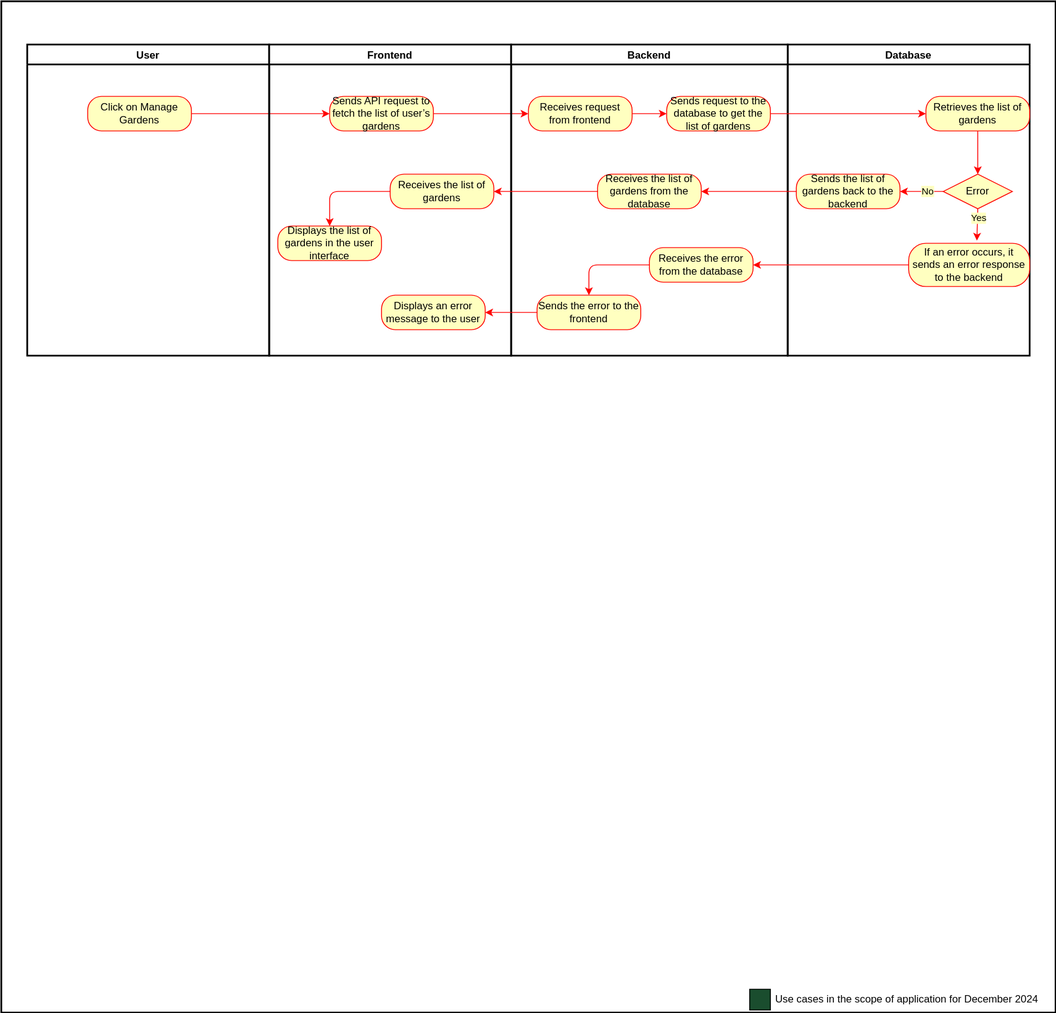
Before: docs/assets/svg/Use Case Diagrams/showGardens.drawio.svg, a diagram exported from draw.io (Green-Fingers-App/gardeningApp). Source tidied: cells renumbered, new cells last; positions are measured from the earlier drawing's top-left corner, leaving out a move shared by most shapes. Source of this version:
```xml
<mxGraphModel>
  <root>
    <mxCell id="0" />
    <mxCell id="1" parent="0" />
    <mxCell id="2" style="group;labelBackgroundColor=#006600;fillColor=#003300;fontColor=#000000;" parent="1" vertex="1">
      <mxGeometry x="130" y="100" width="760" height="760" as="geometry" />
    </mxCell>
    <mxCell id="3" style="whiteSpace=wrap;html=1;fillColor=#FFFFFF;strokeColor=#000000;strokeWidth=2;" parent="1" vertex="1">
      <mxGeometry width="1220" height="1170" as="geometry" />
    </mxCell>
    <mxCell id="4" value="&lt;font color=&quot;#000000&quot;&gt;Use cases in the scope of application for December 2024&lt;/font&gt;" style="text;html=1;strokeColor=none;fillColor=none;align=left;verticalAlign=middle;whiteSpace=wrap;rounded=0;" parent="1" vertex="1">
      <mxGeometry x="894" y="1140" width="316" height="30" as="geometry" />
    </mxCell>
    <mxCell id="5" style="rounded=0;whiteSpace=wrap;html=1;fillColor=#1A4D2E;" parent="1" vertex="1">
      <mxGeometry x="866" y="1143" width="24" height="24" as="geometry" />
    </mxCell>
    <mxCell id="6" style="edgeStyle=none;html=1;exitX=1;exitY=0.5;exitDx=0;exitDy=0;strokeColor=#FF0000;fontColor=#000000;" parent="1" edge="1" source="7" target="9">
      <mxGeometry relative="1" as="geometry" />
    </mxCell>
    <mxCell id="7" value="Click on Manage Gardens" style="rounded=1;whiteSpace=wrap;html=1;arcSize=40;fontColor=#000000;fillColor=#ffffc0;strokeColor=#ff0000;" parent="1" vertex="1">
      <mxGeometry x="100" y="110" width="120" height="40" as="geometry" />
    </mxCell>
    <mxCell id="8" style="edgeStyle=none;html=1;strokeColor=#FF0000;fontColor=#000000;" parent="1" edge="1" source="9" target="27">
      <mxGeometry relative="1" as="geometry" />
    </mxCell>
    <mxCell id="9" value="Sends API request &lt;span class=&quot;hljs-keyword&quot;&gt;to&lt;/span&gt; fetch the list &lt;span class=&quot;hljs-keyword&quot;&gt;of&lt;/span&gt; user’s gardens" style="rounded=1;whiteSpace=wrap;html=1;arcSize=40;fontColor=#000000;fillColor=#ffffc0;strokeColor=#ff0000;" parent="1" vertex="1">
      <mxGeometry x="380" y="110" width="120" height="40" as="geometry" />
    </mxCell>
    <mxCell id="10" style="group;" parent="1" vertex="1">
      <mxGeometry x="30" y="50" width="1160" height="360" as="geometry" />
    </mxCell>
    <mxCell id="11" value="Database" style="swimlane;strokeColor=#000000;strokeWidth=2;fillColor=#FFFFFF;fontColor=#000000;" parent="10" vertex="1">
      <mxGeometry x="880" width="280" height="360" as="geometry" />
    </mxCell>
    <mxCell id="12" style="edgeStyle=none;html=1;exitX=0;exitY=0.5;exitDx=0;exitDy=0;entryX=1;entryY=0.5;entryDx=0;entryDy=0;strokeColor=#FF0000;fontColor=#000000;" parent="11" edge="1" source="14" target="15">
      <mxGeometry relative="1" as="geometry" />
    </mxCell>
    <mxCell id="13" value="No" style="edgeLabel;html=1;align=center;verticalAlign=middle;fontColor=#000000;labelBackgroundColor=#ffffc0;" parent="12" vertex="1">
      <mxGeometry x="-0.23" y="-1" relative="1" as="geometry" />
    </mxCell>
    <mxCell id="14" value="Error" style="rhombus;whiteSpace=wrap;html=1;fillColor=#ffffc0;strokeColor=#ff0000;fontColor=#000000;" parent="11" vertex="1">
      <mxGeometry x="180" y="150" width="80" height="40" as="geometry" />
    </mxCell>
    <mxCell id="15" value="Sends the list &lt;span class=&quot;hljs-keyword&quot;&gt;of&lt;/span&gt; gardens back &lt;span class=&quot;hljs-keyword&quot;&gt;to&lt;/span&gt; the backend" style="rounded=1;whiteSpace=wrap;html=1;arcSize=40;fontColor=#000000;fillColor=#ffffc0;strokeColor=#ff0000;" parent="11" vertex="1">
      <mxGeometry x="10" y="150" width="120" height="40" as="geometry" />
    </mxCell>
    <mxCell id="16" value="Retrieves the list &lt;span class=&quot;hljs-keyword&quot;&gt;of&lt;/span&gt; gardens" style="rounded=1;whiteSpace=wrap;html=1;arcSize=40;fontColor=#000000;fillColor=#ffffc0;strokeColor=#ff0000;" parent="11" vertex="1">
      <mxGeometry x="160" y="60" width="120" height="40" as="geometry" />
    </mxCell>
    <mxCell id="17" style="edgeStyle=none;html=1;exitX=0.5;exitY=1;exitDx=0;exitDy=0;entryX=0.5;entryY=0;entryDx=0;entryDy=0;strokeColor=#FF0000;fontColor=#000000;" parent="11" edge="1" source="16" target="14">
      <mxGeometry relative="1" as="geometry" />
    </mxCell>
    <mxCell id="18" value="User" style="swimlane;strokeColor=#000000;strokeWidth=2;fillColor=#FFFFFF;fontColor=#000000;" parent="10" vertex="1">
      <mxGeometry width="280" height="360" as="geometry" />
    </mxCell>
    <mxCell id="19" value="Frontend" style="swimlane;strokeColor=#000000;strokeWidth=2;fillColor=#FFFFFF;fontColor=#000000;" parent="10" vertex="1">
      <mxGeometry x="280" width="280" height="360" as="geometry" />
    </mxCell>
    <mxCell id="20" style="edgeStyle=none;html=1;exitX=0;exitY=0.5;exitDx=0;exitDy=0;entryX=0.5;entryY=0;entryDx=0;entryDy=0;strokeColor=#FF0000;fontColor=#000000;" parent="19" edge="1" source="21" target="22">
      <mxGeometry relative="1" as="geometry">
        <Array as="points">
          <mxPoint x="70" y="170" />
        </Array>
      </mxGeometry>
    </mxCell>
    <mxCell id="21" value="Receives the list &lt;span class=&quot;hljs-keyword&quot;&gt;of&lt;/span&gt; gardens" style="rounded=1;whiteSpace=wrap;html=1;arcSize=40;fontColor=#000000;fillColor=#ffffc0;strokeColor=#ff0000;" parent="19" vertex="1">
      <mxGeometry x="140" y="150" width="120" height="40" as="geometry" />
    </mxCell>
    <mxCell id="22" value="Displays the list of gardens in the user interface" style="rounded=1;whiteSpace=wrap;html=1;arcSize=40;fontColor=#000000;fillColor=#ffffc0;strokeColor=#ff0000;" parent="19" vertex="1">
      <mxGeometry x="10" y="210" width="120" height="40" as="geometry" />
    </mxCell>
    <mxCell id="23" value="Backend" style="swimlane;strokeColor=#000000;strokeWidth=2;fillColor=#FFFFFF;fontColor=#000000;" parent="10" vertex="1">
      <mxGeometry x="560" width="320" height="360" as="geometry" />
    </mxCell>
    <mxCell id="24" value="Sends request &lt;span class=&quot;hljs-keyword&quot;&gt;to&lt;/span&gt; the database &lt;span class=&quot;hljs-keyword&quot;&gt;to&lt;/span&gt; &lt;span class=&quot;hljs-keyword&quot;&gt;get&lt;/span&gt; the list &lt;span class=&quot;hljs-keyword&quot;&gt;of&lt;/span&gt; gardens" style="rounded=1;whiteSpace=wrap;html=1;arcSize=40;fontColor=#000000;fillColor=#ffffc0;strokeColor=#ff0000;" parent="23" vertex="1">
      <mxGeometry x="180" y="60" width="120" height="40" as="geometry" />
    </mxCell>
    <mxCell id="25" value="Receives the list &lt;span class=&quot;hljs-keyword&quot;&gt;of&lt;/span&gt; gardens &lt;span class=&quot;hljs-keyword&quot;&gt;from&lt;/span&gt; the database" style="rounded=1;whiteSpace=wrap;html=1;arcSize=40;fontColor=#000000;fillColor=#ffffc0;strokeColor=#ff0000;" parent="23" vertex="1">
      <mxGeometry x="100" y="150" width="120" height="40" as="geometry" />
    </mxCell>
    <mxCell id="26" style="edgeStyle=none;html=1;exitX=1;exitY=0.5;exitDx=0;exitDy=0;entryX=0;entryY=0.5;entryDx=0;entryDy=0;strokeColor=#FF0000;fontColor=#000000;" parent="23" edge="1" source="27" target="24">
      <mxGeometry relative="1" as="geometry" />
    </mxCell>
    <mxCell id="27" value="Receives request &lt;span class=&quot;hljs-keyword&quot;&gt;from&lt;/span&gt; frontend" style="rounded=1;whiteSpace=wrap;html=1;arcSize=40;fontColor=#000000;fillColor=#ffffc0;strokeColor=#ff0000;" parent="23" vertex="1">
      <mxGeometry x="20" y="60" width="120" height="40" as="geometry" />
    </mxCell>
    <mxCell id="28" value="Receives the &lt;span class=&quot;hljs-keyword&quot;&gt;error&lt;/span&gt; &lt;span class=&quot;hljs-keyword&quot;&gt;from&lt;/span&gt; the database" style="rounded=1;whiteSpace=wrap;html=1;arcSize=40;fontColor=#000000;fillColor=#ffffc0;strokeColor=#ff0000;" parent="23" vertex="1">
      <mxGeometry x="160" y="235" width="120" height="40" as="geometry" />
    </mxCell>
    <mxCell id="29" style="edgeStyle=none;html=1;strokeColor=#FF0000;fontColor=#000000;" parent="10" edge="1" source="25" target="21">
      <mxGeometry relative="1" as="geometry" />
    </mxCell>
    <mxCell id="30" style="edgeStyle=none;html=1;exitX=1;exitY=0.5;exitDx=0;exitDy=0;strokeColor=#FF0000;fontColor=#000000;" parent="10" edge="1" source="24" target="16">
      <mxGeometry relative="1" as="geometry" />
    </mxCell>
    <mxCell id="31" style="edgeStyle=none;html=1;exitX=0;exitY=0.5;exitDx=0;exitDy=0;strokeColor=#FF0000;fontColor=#000000;" parent="10" edge="1" source="15" target="25">
      <mxGeometry relative="1" as="geometry" />
    </mxCell>
    <mxCell id="32" style="edgeStyle=none;html=1;exitX=0;exitY=0.5;exitDx=0;exitDy=0;entryX=1;entryY=0.5;entryDx=0;entryDy=0;strokeColor=#FF0000;fontColor=#000000;" parent="1" edge="1" source="33" target="28">
      <mxGeometry relative="1" as="geometry" />
    </mxCell>
    <mxCell id="33" value="&lt;span class=&quot;hljs-keyword&quot;&gt;If&lt;/span&gt; an &lt;span class=&quot;hljs-keyword&quot;&gt;error&lt;/span&gt; occurs, it sends an &lt;span class=&quot;hljs-keyword&quot;&gt;error&lt;/span&gt; response &lt;span class=&quot;hljs-keyword&quot;&gt;to&lt;/span&gt; the backend" style="rounded=1;whiteSpace=wrap;html=1;arcSize=40;fontColor=#000000;fillColor=#ffffc0;strokeColor=#ff0000;" parent="1" vertex="1">
      <mxGeometry x="1050" y="280" width="140" height="50" as="geometry" />
    </mxCell>
    <mxCell id="34" style="edgeStyle=none;html=1;exitX=0;exitY=0.5;exitDx=0;exitDy=0;strokeColor=#FF0000;fontColor=#000000;" parent="1" edge="1" source="35" target="36">
      <mxGeometry relative="1" as="geometry" />
    </mxCell>
    <mxCell id="35" value="Sends the &lt;span class=&quot;hljs-keyword&quot;&gt;error&lt;/span&gt; &lt;span class=&quot;hljs-keyword&quot;&gt;to&lt;/span&gt; the frontend" style="rounded=1;whiteSpace=wrap;html=1;arcSize=40;fontColor=#000000;fillColor=#ffffc0;strokeColor=#ff0000;" parent="1" vertex="1">
      <mxGeometry x="620" y="340" width="120" height="40" as="geometry" />
    </mxCell>
    <mxCell id="36" value="Displays an error message to the user" style="rounded=1;whiteSpace=wrap;html=1;arcSize=40;fontColor=#000000;fillColor=#ffffc0;strokeColor=#ff0000;" parent="1" vertex="1">
      <mxGeometry x="440" y="340" width="120" height="40" as="geometry" />
    </mxCell>
    <mxCell id="37" style="edgeStyle=none;html=1;exitX=0.5;exitY=1;exitDx=0;exitDy=0;entryX=0.564;entryY=-0.063;entryDx=0;entryDy=0;entryPerimeter=0;strokeColor=#FF0000;fontColor=#000000;" parent="1" edge="1" source="14" target="33">
      <mxGeometry relative="1" as="geometry" />
    </mxCell>
    <mxCell id="38" style="edgeStyle=none;html=1;exitX=0;exitY=0.5;exitDx=0;exitDy=0;entryX=0.5;entryY=0;entryDx=0;entryDy=0;strokeColor=#FF0000;fontColor=#000000;" parent="1" edge="1" source="28" target="35">
      <mxGeometry relative="1" as="geometry">
        <Array as="points">
          <mxPoint x="680" y="305" />
        </Array>
      </mxGeometry>
    </mxCell>
    <mxCell id="39" value="Yes" style="edgeLabel;html=1;align=center;verticalAlign=middle;fontColor=#000000;labelBackgroundColor=#ffffc0;" parent="1" vertex="1">
      <mxGeometry x="1130" y="250" as="geometry" />
    </mxCell>
  </root>
</mxGraphModel>
```
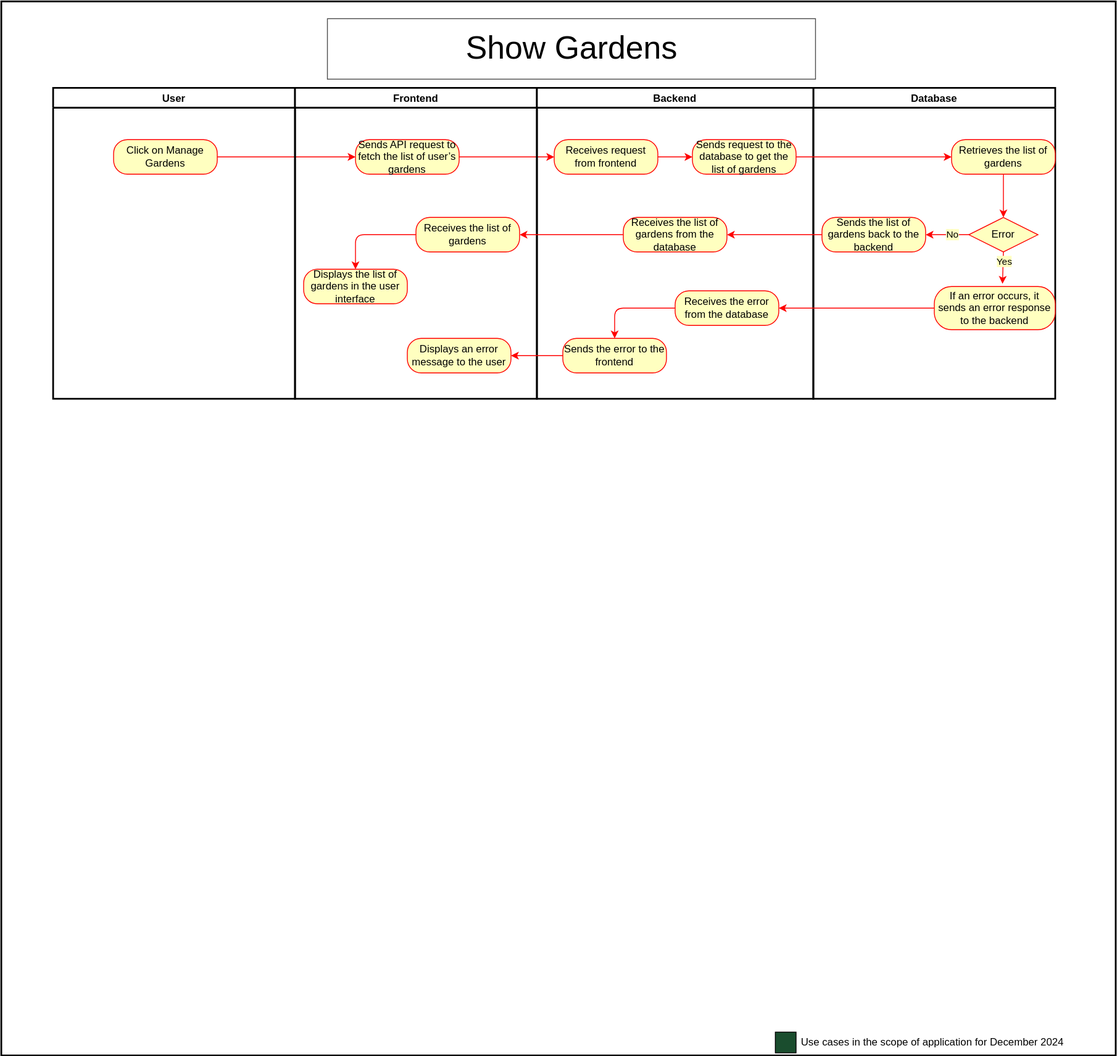
Later version of the same file.

The edit, as a diff of the source:
```diff
@@ -6,7 +6,7 @@
       <mxGeometry x="130" y="100" width="760" height="760" as="geometry" />
     </mxCell>
     <mxCell id="3" style="whiteSpace=wrap;html=1;fillColor=#FFFFFF;strokeColor=#000000;strokeWidth=2;" parent="1" vertex="1">
-      <mxGeometry width="1220" height="1170" as="geometry" />
+      <mxGeometry x="-30" y="-50" width="1290" height="1220" as="geometry" />
     </mxCell>
     <mxCell id="4" value="&lt;font color=&quot;#000000&quot;&gt;Use cases in the scope of application for December 2024&lt;/font&gt;" style="text;html=1;strokeColor=none;fillColor=none;align=left;verticalAlign=middle;whiteSpace=wrap;rounded=0;" parent="1" vertex="1">
       <mxGeometry x="894" y="1140" width="316" height="30" as="geometry" />
@@ -124,5 +124,8 @@
     <mxCell id="39" value="Yes" style="edgeLabel;html=1;align=center;verticalAlign=middle;fontColor=#000000;labelBackgroundColor=#ffffc0;" parent="1" vertex="1">
       <mxGeometry x="1130" y="250" as="geometry" />
     </mxCell>
+    <mxCell id="40" value="&lt;font style=&quot;background-color: rgb(255, 255, 255); font-size: 37px;&quot; color=&quot;#000000&quot;&gt;Show Gardens&lt;/font&gt;" style="rounded=0;whiteSpace=wrap;html=1;fillColor=#FFFFFF;strokeColor=#4D4D4D;" parent="1" vertex="1">
+      <mxGeometry x="347.5" y="-30" width="565" height="70" as="geometry" />
+    </mxCell>
   </root>
 </mxGraphModel>
```
